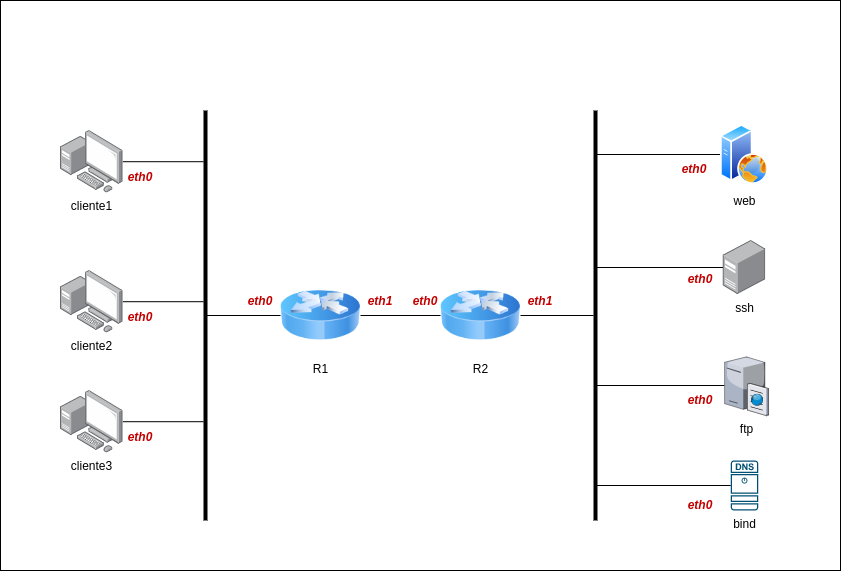
Above: lab-inf534/diagrama.drawio.png in sidneypio/NetLabDocker (draw.io), before the change. Source tidied: cells renumbered, new cells last; positions are measured from the earlier drawing's top-left corner, leaving out a move shared by most shapes.
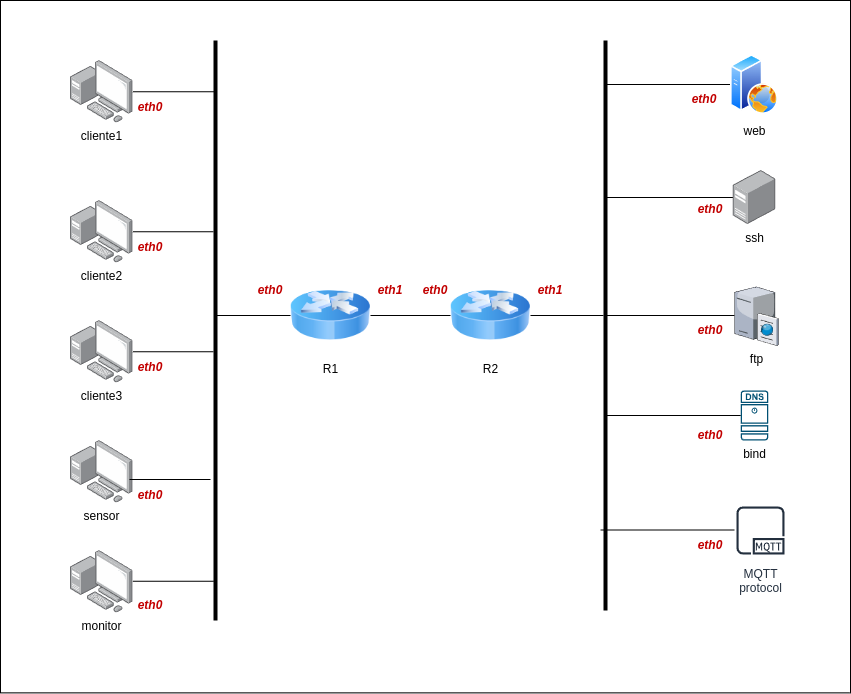
The same file after the commit.

What changed in the source:
```diff
@@ -3,10 +3,10 @@
     <mxCell id="0" />
     <mxCell id="1" parent="0" />
     <mxCell id="2" style="whiteSpace=wrap;html=1;" parent="1" vertex="1">
-      <mxGeometry width="840" height="570" as="geometry" />
+      <mxGeometry x="-10" y="70" width="850" height="692.4" as="geometry" />
     </mxCell>
     <mxCell id="3" value="R1" style="image;html=1;image=img/lib/clip_art/networking/Router_Icon_128x128.png;" parent="1" vertex="1">
-      <mxGeometry x="280" y="275" width="80" height="80" as="geometry" />
+      <mxGeometry x="280" y="345" width="80" height="80" as="geometry" />
     </mxCell>
     <mxCell id="4" style="edgeStyle=orthogonalEdgeStyle;rounded=0;jettySize=auto;html=1;startArrow=none;startFill=0;endArrow=none;endFill=0;" parent="1" edge="1" source="6" target="3">
       <mxGeometry relative="1" as="geometry" />
@@ -15,13 +15,18 @@
       <mxGeometry relative="1" as="geometry" />
     </mxCell>
     <mxCell id="6" value="R2" style="image;html=1;image=img/lib/clip_art/networking/Router_Icon_128x128.png;" parent="1" vertex="1">
-      <mxGeometry x="440" y="275" width="80" height="80" as="geometry" />
+      <mxGeometry x="440" y="345" width="80" height="80" as="geometry" />
     </mxCell>
     <mxCell id="7" style="edgeStyle=orthogonalEdgeStyle;rounded=0;jettySize=auto;html=1;endArrow=none;endFill=0;" parent="1" edge="1" source="8" target="3">
-      <mxGeometry relative="1" as="geometry" />
+      <mxGeometry relative="1" as="geometry">
+        <Array as="points">
+          <mxPoint x="230" y="385" />
+          <mxPoint x="230" y="385" />
+        </Array>
+      </mxGeometry>
     </mxCell>
     <mxCell id="8" style="line;strokeWidth=4;direction=south;html=1;perimeter=backbonePerimeter;points=[];outlineConnect=0;" parent="1" vertex="1">
-      <mxGeometry x="200" y="110" width="10" height="410" as="geometry" />
+      <mxGeometry x="200" y="110" width="10" height="580" as="geometry" />
     </mxCell>
     <mxCell id="9" style="rounded=0;jettySize=auto;html=1;endArrow=none;endFill=0;" parent="1" edge="1" source="10" target="8">
       <mxGeometry relative="1" as="geometry" />
@@ -66,13 +71,13 @@
       <mxGeometry x="722.7" y="240" width="42.6" height="54" as="geometry" />
     </mxCell>
     <mxCell id="23" style="line;strokeWidth=4;direction=south;html=1;perimeter=backbonePerimeter;points=[];outlineConnect=0;" parent="1" vertex="1">
-      <mxGeometry x="590" y="110" width="10" height="410" as="geometry" />
+      <mxGeometry x="590" y="110" width="10" height="570" as="geometry" />
     </mxCell>
     <mxCell id="24" value="eth0" style="text;strokeColor=none;align=center;fillColor=none;html=1;verticalAlign=middle;whiteSpace=wrap;rounded=0;fontColor=#C20000;fontStyle=3;" parent="1" vertex="1">
       <mxGeometry x="110" y="162.4" width="60" height="30" as="geometry" />
     </mxCell>
     <mxCell id="25" value="eth1&lt;br&gt;" style="text;strokeColor=none;align=center;fillColor=none;html=1;verticalAlign=middle;whiteSpace=wrap;rounded=0;fontColor=#C20000;fontStyle=3;" parent="1" vertex="1">
-      <mxGeometry x="350" y="286.2" width="60" height="30" as="geometry" />
+      <mxGeometry x="350" y="345" width="60" height="30" as="geometry" />
     </mxCell>
     <mxCell id="26" value="eth0" style="text;strokeColor=none;align=center;fillColor=none;html=1;verticalAlign=middle;whiteSpace=wrap;rounded=0;fontColor=#C20000;fontStyle=3;" parent="1" vertex="1">
       <mxGeometry x="110" y="302.4" width="60" height="30" as="geometry" />
@@ -81,13 +86,13 @@
       <mxGeometry x="110" y="422.4" width="60" height="30" as="geometry" />
     </mxCell>
     <mxCell id="28" value="eth0" style="text;strokeColor=none;align=center;fillColor=none;html=1;verticalAlign=middle;whiteSpace=wrap;rounded=0;fontColor=#C20000;fontStyle=3;" parent="1" vertex="1">
-      <mxGeometry x="230" y="286.2" width="60" height="30" as="geometry" />
+      <mxGeometry x="230" y="345" width="60" height="30" as="geometry" />
     </mxCell>
     <mxCell id="29" value="eth0" style="text;strokeColor=none;align=center;fillColor=none;html=1;verticalAlign=middle;whiteSpace=wrap;rounded=0;fontColor=#C20000;fontStyle=3;" parent="1" vertex="1">
-      <mxGeometry x="395" y="286.2" width="60" height="30" as="geometry" />
+      <mxGeometry x="395" y="345" width="60" height="30" as="geometry" />
     </mxCell>
     <mxCell id="30" value="eth1&lt;br&gt;" style="text;strokeColor=none;align=center;fillColor=none;html=1;verticalAlign=middle;whiteSpace=wrap;rounded=0;fontColor=#C20000;fontStyle=3;" parent="1" vertex="1">
-      <mxGeometry x="510" y="286.2" width="60" height="30" as="geometry" />
+      <mxGeometry x="510" y="345" width="60" height="30" as="geometry" />
     </mxCell>
     <mxCell id="31" value="eth0" style="text;strokeColor=none;align=center;fillColor=none;html=1;verticalAlign=middle;whiteSpace=wrap;rounded=0;fontColor=#C20000;fontStyle=3;" parent="1" vertex="1">
       <mxGeometry x="664.1" y="154" width="60" height="30" as="geometry" />
@@ -101,5 +106,41 @@
     <mxCell id="34" value="eth0" style="text;strokeColor=none;align=center;fillColor=none;html=1;verticalAlign=middle;whiteSpace=wrap;rounded=0;fontColor=#C20000;fontStyle=3;" parent="1" vertex="1">
       <mxGeometry x="670.2" y="490" width="60" height="30" as="geometry" />
     </mxCell>
+    <mxCell id="35" value="sensor" style="image;html=1;align=center;shadow=0;dashed=0;image=img/lib/allied_telesis/computer_and_terminals/Personal_Computer_with_Server.svg;" parent="1" vertex="1">
+      <mxGeometry x="60" y="510" width="62.4" height="62.4" as="geometry" />
+    </mxCell>
+    <mxCell id="36" value="monitor" style="image;html=1;align=center;shadow=0;dashed=0;image=img/lib/allied_telesis/computer_and_terminals/Personal_Computer_with_Server.svg;" parent="1" vertex="1">
+      <mxGeometry x="60" y="620" width="62.4" height="62.4" as="geometry" />
+    </mxCell>
+    <mxCell id="37" style="rounded=0;orthogonalLoop=1;jettySize=auto;html=1;endArrow=none;endFill=0;" parent="1" edge="1">
+      <mxGeometry relative="1" as="geometry">
+        <mxPoint x="119" y="549" as="sourcePoint" />
+        <mxPoint x="200" y="549" as="targetPoint" />
+      </mxGeometry>
+    </mxCell>
+    <mxCell id="38" style="rounded=0;orthogonalLoop=1;jettySize=auto;html=1;endArrow=none;endFill=0;" parent="1" edge="1">
+      <mxGeometry relative="1" as="geometry">
+        <mxPoint x="122.4" y="650.7" as="sourcePoint" />
+        <mxPoint x="203.4" y="650.7" as="targetPoint" />
+      </mxGeometry>
+    </mxCell>
+    <mxCell id="39" value="eth0" style="text;strokeColor=none;align=center;fillColor=none;html=1;verticalAlign=middle;whiteSpace=wrap;rounded=0;fontColor=#C20000;fontStyle=3;" parent="1" vertex="1">
+      <mxGeometry x="110" y="550" width="60" height="30" as="geometry" />
+    </mxCell>
+    <mxCell id="40" value="eth0" style="text;strokeColor=none;align=center;fillColor=none;html=1;verticalAlign=middle;whiteSpace=wrap;rounded=0;fontColor=#C20000;fontStyle=3;" parent="1" vertex="1">
+      <mxGeometry x="110" y="660" width="60" height="30" as="geometry" />
+    </mxCell>
+    <mxCell id="41" value="MQTT&#10;protocol" style="sketch=0;fontColor=#232F3E;gradientColor=none;strokeColor=#232F3E;fillColor=#ffffff;dashed=0;verticalLabelPosition=bottom;verticalAlign=top;align=center;html=1;fontSize=12;fontStyle=0;shape=mxgraph.aws4.resourceIcon;resIcon=mxgraph.aws4.mqtt_protocol;" parent="1" vertex="1">
+      <mxGeometry x="720" y="570" width="60" height="60" as="geometry" />
+    </mxCell>
+    <mxCell id="42" style="rounded=0;orthogonalLoop=1;jettySize=auto;html=1;endArrow=none;endFill=0;" parent="1" edge="1">
+      <mxGeometry relative="1" as="geometry">
+        <mxPoint x="724" y="599.5" as="sourcePoint" />
+        <mxPoint x="590" y="599.5" as="targetPoint" />
+      </mxGeometry>
+    </mxCell>
+    <mxCell id="43" value="eth0" style="text;strokeColor=none;align=center;fillColor=none;html=1;verticalAlign=middle;whiteSpace=wrap;rounded=0;fontColor=#C20000;fontStyle=3;" parent="1" vertex="1">
+      <mxGeometry x="670.2" y="600" width="60" height="30" as="geometry" />
+    </mxCell>
   </root>
 </mxGraphModel>
```
